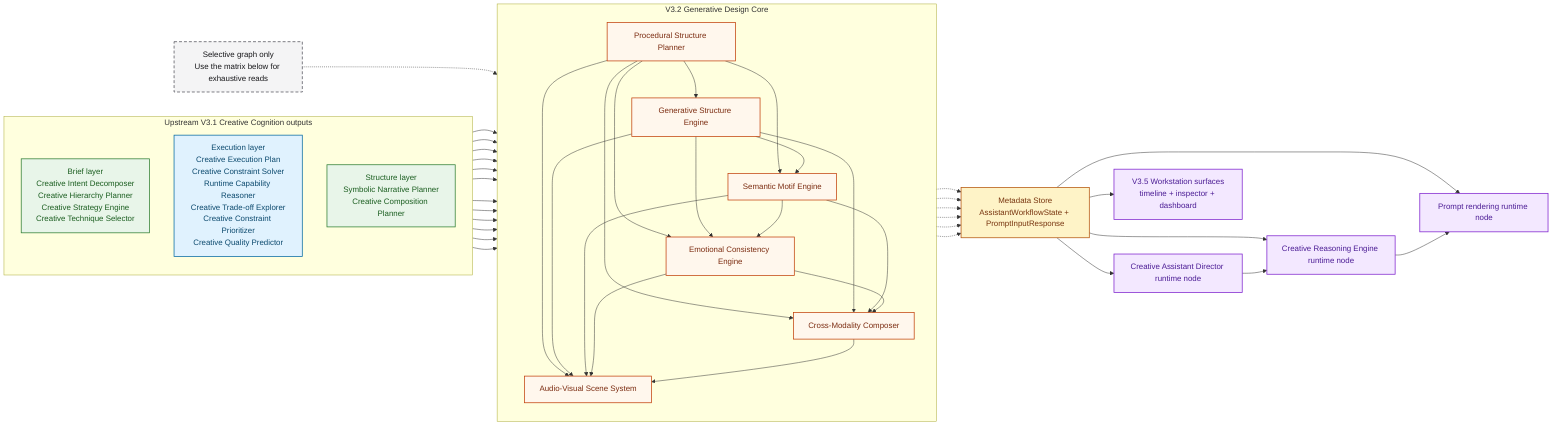
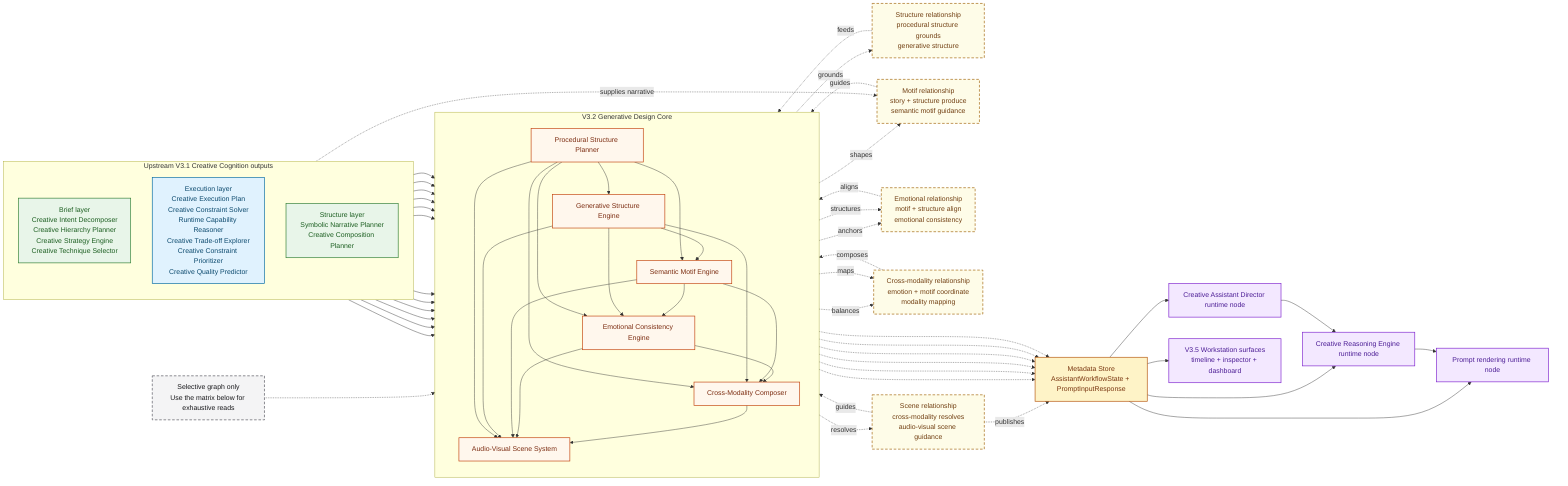
flowchart LR
    %% Class palette
    classDef upstream fill:#E8F5E9,stroke:#2E7D32,color:#1B5E20,stroke-width:1.5px;
    classDef bundle fill:#E0F2FE,stroke:#0369A1,color:#0C4A6E,stroke-width:1.5px;
    classDef design fill:#FFF7ED,stroke:#C2410C,color:#7C2D12,stroke-width:1.5px;
    classDef store fill:#FEF3C7,stroke:#B45309,color:#78350F,stroke-width:1.5px;
    classDef consumer fill:#F3E8FF,stroke:#7E22CE,color:#4C1D95,stroke-width:1.5px;
    classDef note fill:#F4F4F5,stroke:#52525B,color:#18181B,stroke-width:1.5px,stroke-dasharray: 6 4;
+     classDef relationship fill:#FEFCE8,stroke:#A16207,color:#713F12,stroke-width:1.5px,stroke-dasharray: 6 4;

    %% Upstream cognition groups
    subgraph upstream_core["Upstream V3.1 Creative Cognition outputs"]
        direction TB
        brief["Brief layer<br/>Creative Intent Decomposer<br/>Creative Hierarchy Planner<br/>Creative Strategy Engine<br/>Creative Technique Selector"]:::upstream
        execution["Execution layer<br/>Creative Execution Plan<br/>Creative Constraint Solver<br/>Runtime Capability Reasoner<br/>Creative Trade-off Explorer<br/>Creative Constraint Prioritizer<br/>Creative Quality Predictor"]:::bundle
        story["Structure layer<br/>Symbolic Narrative Planner<br/>Creative Composition Planner"]:::upstream
    end

    %% Generative design capabilities
    subgraph design_core["V3.2 Generative Design Core"]
        direction TB
        procedural["Procedural Structure Planner"]:::design
        generative["Generative Structure Engine"]:::design
        motif["Semantic Motif Engine"]:::design
        emotion["Emotional Consistency Engine"]:::design
        cross["Cross-Modality Composer"]:::design
        scene["Audio-Visual Scene System"]:::design
    end

    %% Runtime metadata consumers
    metadata_store["Metadata Store<br/>AssistantWorkflowState + PromptInputResponse"]:::store
    director["Creative Assistant Director runtime node"]:::consumer
    reasoning["Creative Reasoning Engine runtime node"]:::consumer
    prompt_rendering["Prompt rendering runtime node"]:::consumer
    workstation["V3.5 Workstation surfaces<br/>timeline + inspector + dashboard"]:::consumer
    note["Selective graph only<br/>Use the matrix below for exhaustive reads"]:::note
+     structure_boundary["Structure relationship<br/>procedural structure grounds<br/>generative structure"]:::relationship
+     motif_boundary["Motif relationship<br/>story + structure produce<br/>semantic motif guidance"]:::relationship
+     emotion_boundary["Emotional relationship<br/>motif + structure align<br/>emotional consistency"]:::relationship
+     modality_boundary["Cross-modality relationship<br/>emotion + motif coordinate<br/>modality mapping"]:::relationship
+     scene_boundary["Scene relationship<br/>cross-modality resolves<br/>audio-visual scene guidance"]:::relationship

    %% Upstream dependencies
    brief --> procedural
    execution --> procedural
    story --> procedural

    execution --> generative
    story --> generative
    procedural --> generative

    story --> motif
    procedural --> motif
    generative --> motif

    execution --> emotion
    story --> emotion
    procedural --> emotion
    generative --> emotion
    motif --> emotion

    execution --> cross
    story --> cross
    procedural --> cross
    generative --> cross
    motif --> cross
    emotion --> cross

    execution --> scene
    story --> scene
    procedural --> scene
    generative --> scene
    motif --> scene
    emotion --> scene
    cross --> scene

    %% Metadata publication
    procedural -.-> metadata_store
    generative -.-> metadata_store
    motif -.-> metadata_store
    emotion -.-> metadata_store
    cross -.-> metadata_store
    scene -.-> metadata_store

    %% Runtime consumers
    metadata_store --> director
    metadata_store --> reasoning
    metadata_store --> prompt_rendering
    metadata_store --> workstation
    director --> reasoning --> prompt_rendering
    note -.-> design_core
+ 
+     %% Relationship annotations
+     procedural -. grounds .-> structure_boundary
+     structure_boundary -. feeds .-> generative
+     generative -. shapes .-> motif_boundary
+     story -. supplies narrative .-> motif_boundary
+     motif_boundary -. guides .-> motif
+     motif -. anchors .-> emotion_boundary
+     generative -. structures .-> emotion_boundary
+     emotion_boundary -. aligns .-> emotion
+     emotion -. balances .-> modality_boundary
+     motif -. maps .-> modality_boundary
+     modality_boundary -. composes .-> cross
+     cross -. resolves .-> scene_boundary
+     scene_boundary -. guides .-> scene
+     scene_boundary -. publishes .-> metadata_store
